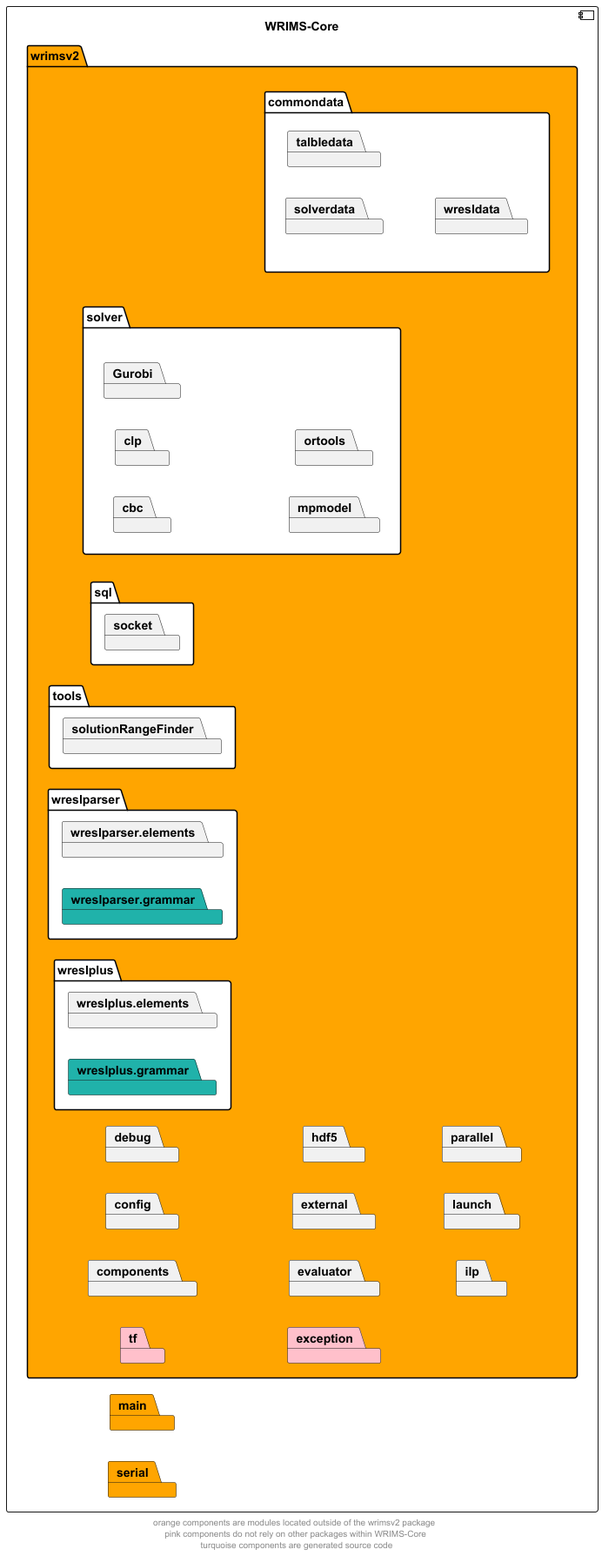
CentralValleyModeling/wrims keeps this PlantUML diagram as docs/diagrams/wrims-core/wrims-core-packages.png. Above is the earlier version.
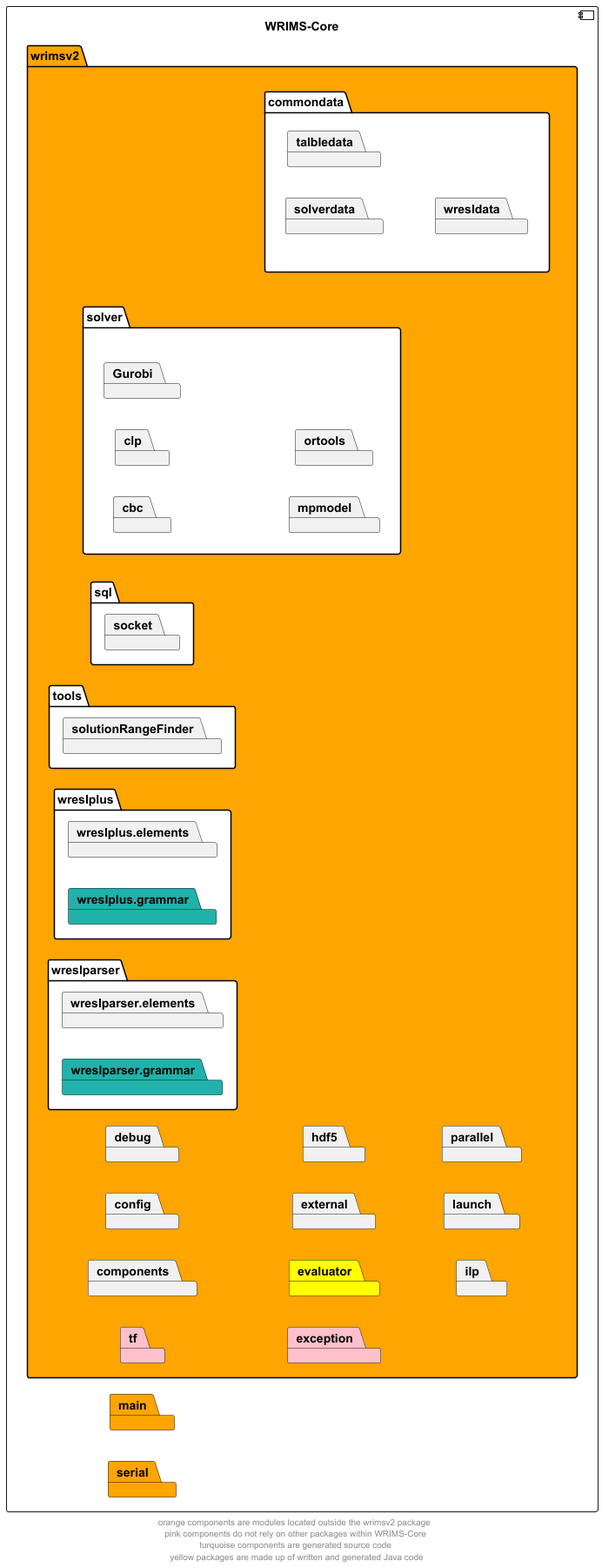
The same diagram one commit later.

Change to the diagram source:
```diff
@@ -14,7 +14,7 @@
         package components
         package config
         package debug
-        package evaluator
+        package evaluator #yellow
         package exception #pink
         package external
         package hdf5
@@ -49,6 +49,6 @@
 solver -d[hidden]-> commondata
 tf -d[hidden]-> exception
 
-footer "orange components are modules located outside of the wrimsv2 package \n pink components do not rely on other packages within WRIMS-Core \n turquoise components are generated source code"
+footer "orange components are modules located outside the wrimsv2 package \n pink components do not rely on other packages within WRIMS-Core \n turquoise components are generated source code \n yellow packages are made up of written and generated Java code"
 
 @enduml
```
